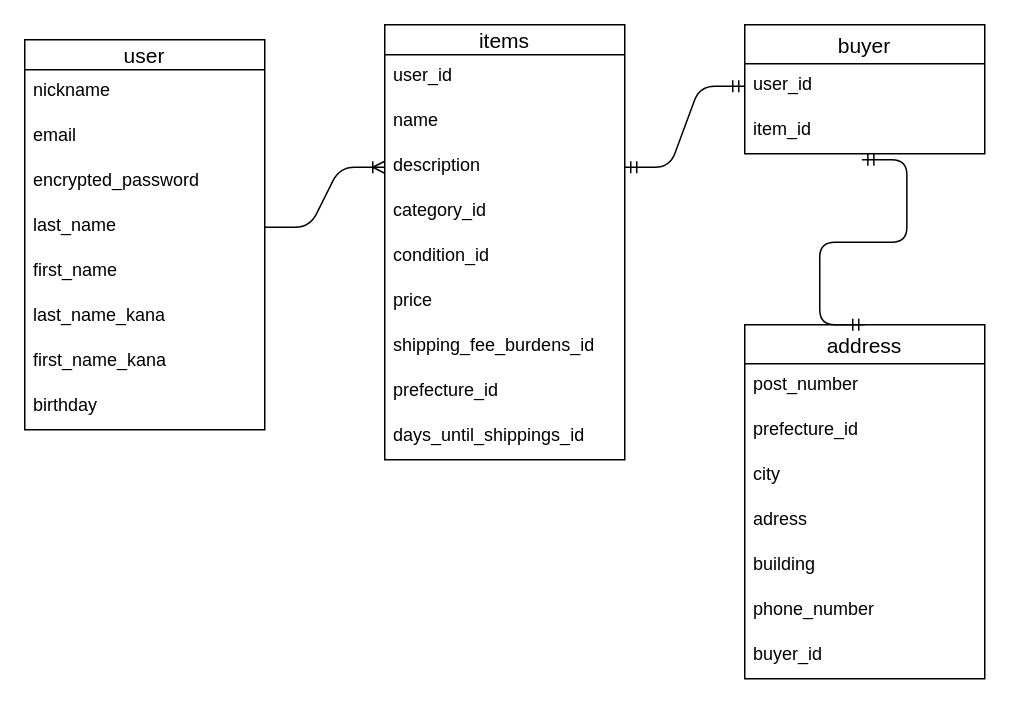
Earlier version of the draw.io diagram ER.dio (srs5576/furima-38524). Source tidied: cells renumbered, new cells numbered last; positions are measured from the earlier drawing's top-left corner, leaving out a move shared by most shapes. Both pictures are drawn from the tidied source at 150%, with x=0, y=0 at pixel (24, 24).
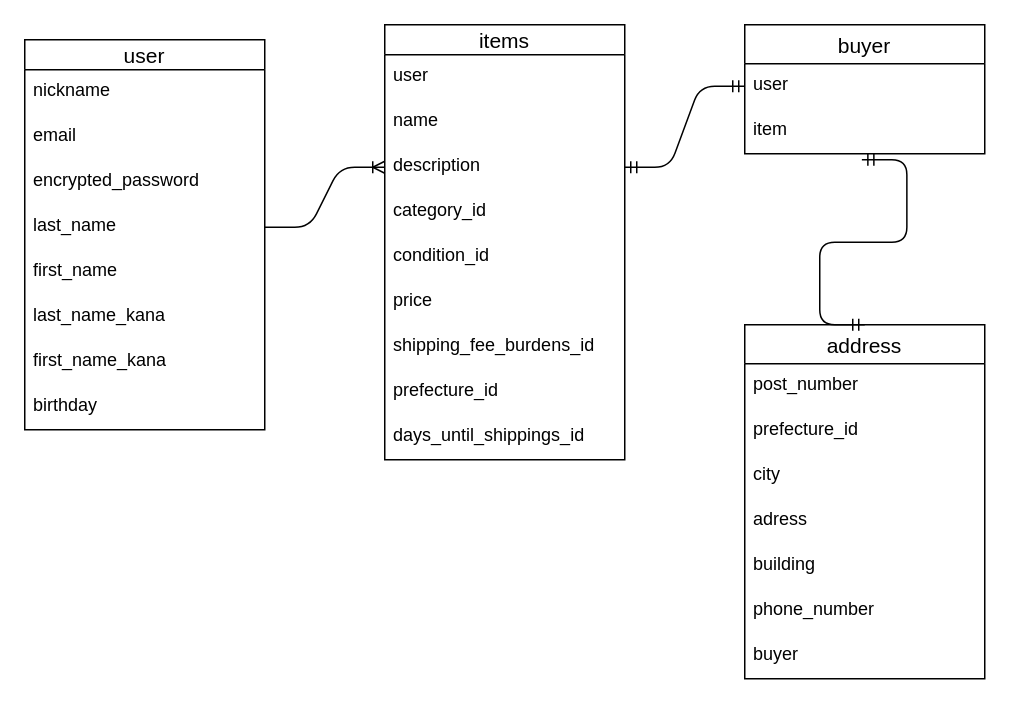
The same diagram, later.

Unchanged cells that the change refers to:
```xml
<mxCell id="11" value="items" style="swimlane;fontStyle=0;horizontal=1;startSize=20;align=center;fontSize=14;" parent="1" vertex="1">
  <mxGeometry x="240" width="160" height="290" as="geometry" />
</mxCell>
<mxCell id="21" value="address" style="swimlane;fontStyle=0;horizontal=1;startSize=26;align=center;fontSize=14;" parent="1" vertex="1">
  <mxGeometry x="480" y="200" width="160" height="236" as="geometry" />
</mxCell>
<mxCell id="30" value="buyer" style="swimlane;fontStyle=0;horizontal=1;startSize=26;align=center;fontSize=14;" parent="1" vertex="1">
  <mxGeometry x="480" width="160" height="86" as="geometry" />
</mxCell>
```

What changed in the source:
```diff
@@
-    <mxCell id="12" value="user_id" style="text;strokeColor=none;fillColor=none;spacingLeft=4;spacingRight=4;overflow=hidden;fontSize=12;" parent="11" vertex="1">
+    <mxCell id="12" value="user" style="text;strokeColor=none;fillColor=none;spacingLeft=4;spacingRight=4;overflow=hidden;fontSize=12;" parent="11" vertex="1">
       <mxGeometry y="20" width="160" height="30" as="geometry" />
     </mxCell>
@@
-    <mxCell id="28" value="buyer_id" style="text;strokeColor=none;fillColor=none;spacingLeft=4;spacingRight=4;overflow=hidden;fontSize=12;" parent="21" vertex="1">
+    <mxCell id="28" value="buyer" style="text;strokeColor=none;fillColor=none;spacingLeft=4;spacingRight=4;overflow=hidden;fontSize=12;" parent="21" vertex="1">
       <mxGeometry y="206" width="160" height="30" as="geometry" />
     </mxCell>
@@
-    <mxCell id="31" value="user_id" style="text;strokeColor=none;fillColor=none;spacingLeft=4;spacingRight=4;overflow=hidden;points=[[0,0.5],[1,0.5]];portConstraint=eastwest;fontSize=12;" parent="30" vertex="1">
+    <mxCell id="31" value="user" style="text;strokeColor=none;fillColor=none;spacingLeft=4;spacingRight=4;overflow=hidden;points=[[0,0.5],[1,0.5]];portConstraint=eastwest;fontSize=12;" parent="30" vertex="1">
       <mxGeometry y="26" width="160" height="30" as="geometry" />
     </mxCell>
-    <mxCell id="32" value="item_id" style="text;strokeColor=none;fillColor=none;spacingLeft=4;spacingRight=4;overflow=hidden;points=[[0,0.5],[1,0.5]];portConstraint=eastwest;fontSize=12;" parent="30" vertex="1">
+    <mxCell id="32" value="item" style="text;strokeColor=none;fillColor=none;spacingLeft=4;spacingRight=4;overflow=hidden;points=[[0,0.5],[1,0.5]];portConstraint=eastwest;fontSize=12;" parent="30" vertex="1">
       <mxGeometry y="56" width="160" height="30" as="geometry" />
     </mxCell>
```
